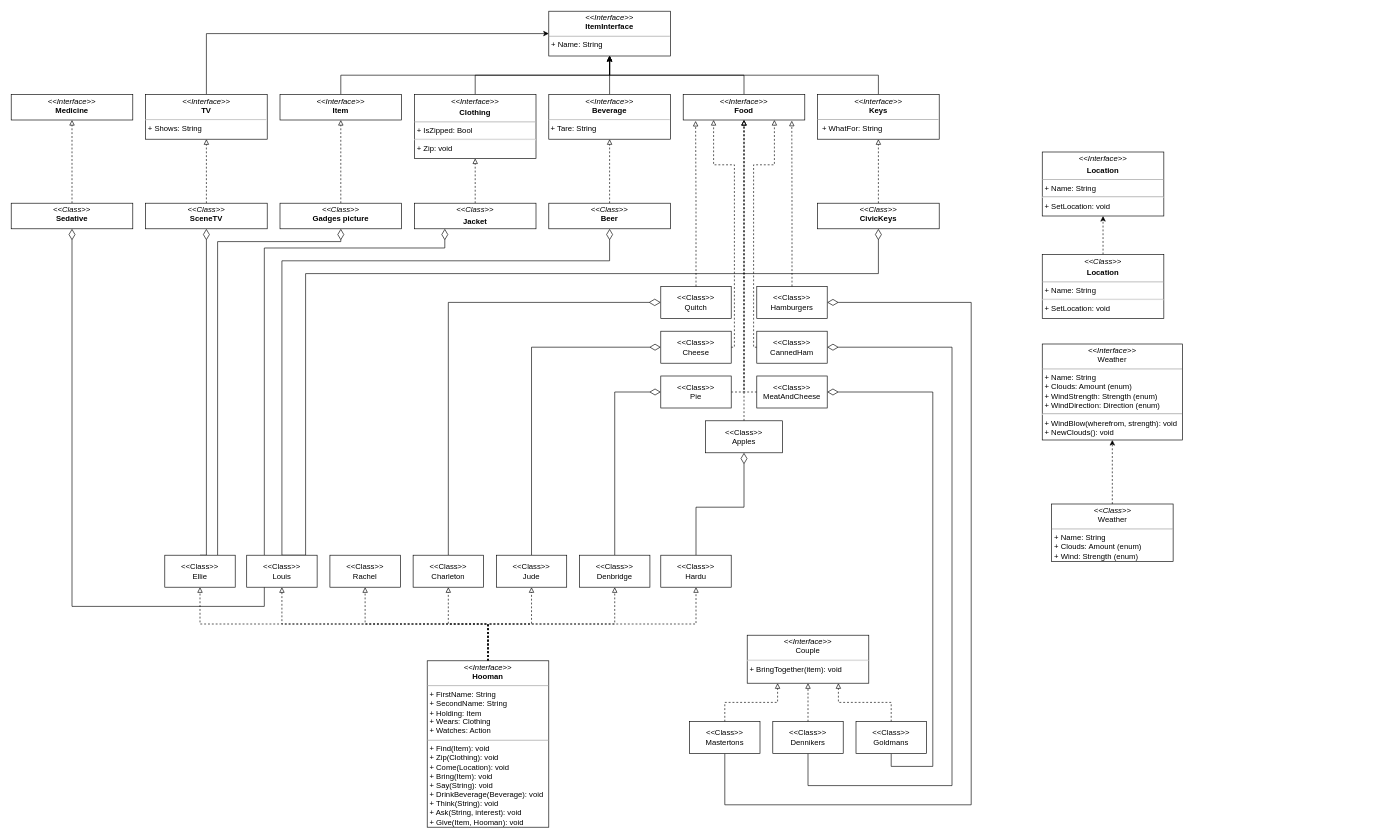
Sat1l/laba4 keeps this draw.io diagram as Untitled Diagram.drawio. Above is the earlier version. Source tidied: cells renumbered, new cells numbered last; positions are measured from the earlier drawing's top-left corner, leaving out a move shared by most shapes. Both pictures are drawn from the tidied source at 64%, with x=0, y=0 at pixel (11, 11).
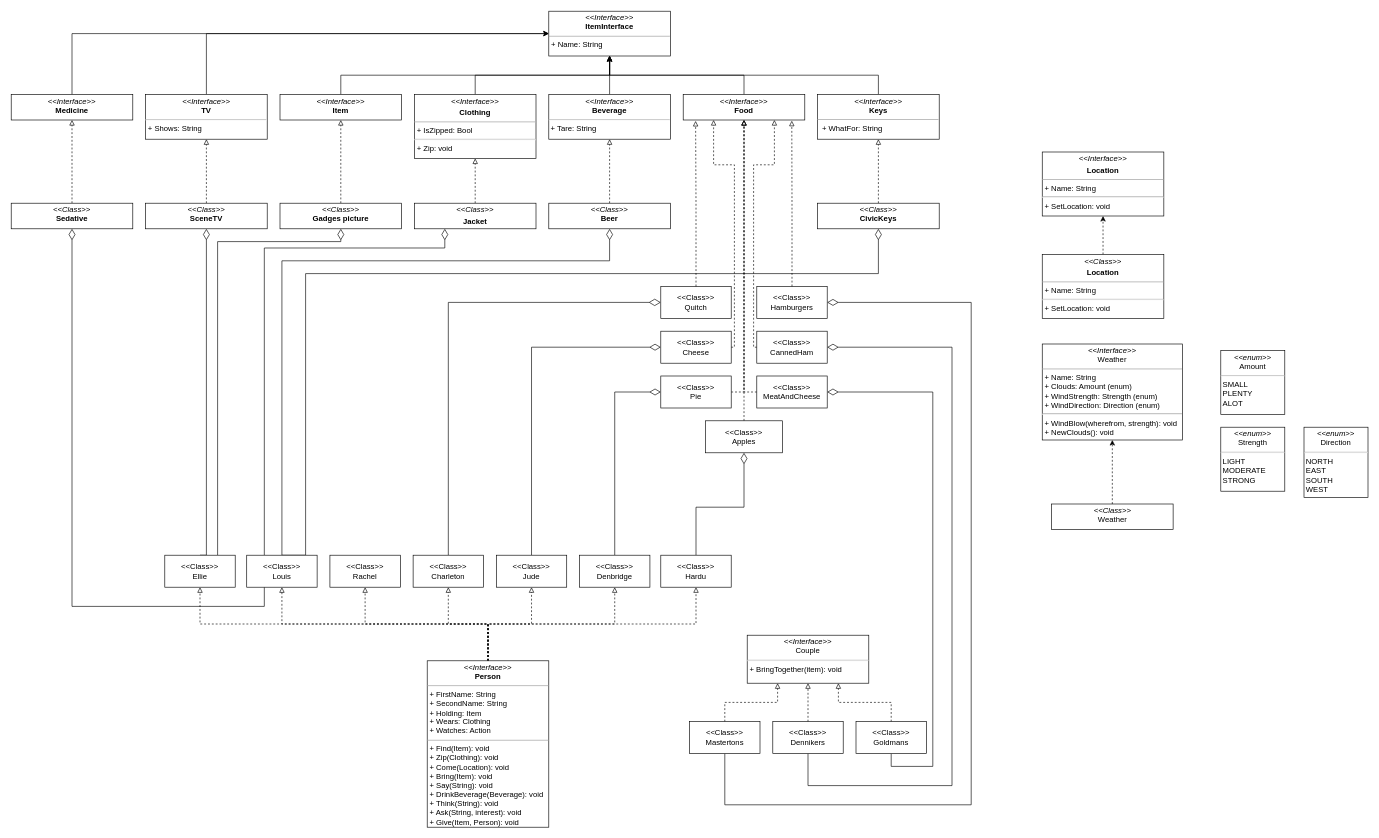
After the change.

The change refers to these unchanged cells:
```xml
<mxCell id="10" value="&lt;p style=&quot;margin:0px;margin-top:4px;text-align:center;&quot;&gt;&lt;i&gt;&amp;lt;&amp;lt;Interface&amp;gt;&amp;gt;&lt;/i&gt;&lt;br&gt;&lt;b&gt;ItemInterface&lt;/b&gt;&lt;/p&gt;&lt;hr size=&quot;1&quot;&gt;&lt;p style=&quot;margin:0px;margin-left:4px;&quot;&gt;+ Name: String&lt;br&gt;&lt;/p&gt;&lt;p style=&quot;margin:0px;margin-left:4px;&quot;&gt;&lt;br&gt;&lt;/p&gt;" style="verticalAlign=top;align=left;overflow=fill;fontSize=12;fontFamily=Helvetica;html=1;whiteSpace=wrap;" parent="1" vertex="1">
  <mxGeometry x="840" width="190" height="70" as="geometry" />
</mxCell>
<mxCell id="80" value="&lt;p style=&quot;margin:0px;margin-top:4px;text-align:center;&quot;&gt;&lt;i&gt;&amp;lt;&amp;lt;Interface&amp;gt;&amp;gt;&lt;/i&gt;&lt;br&gt;&lt;b&gt;Medicine&lt;/b&gt;&lt;/p&gt;&lt;p style=&quot;margin:0px;margin-left:4px;&quot;&gt;&lt;br&gt;&lt;/p&gt;" style="verticalAlign=top;align=left;overflow=fill;fontSize=12;fontFamily=Helvetica;html=1;whiteSpace=wrap;" parent="1" vertex="1">
  <mxGeometry y="130" width="190" height="40" as="geometry" />
</mxCell>
```

The edit, as a diff of the source:
```diff
@@
-    <mxCell id="9" value="&lt;p style=&quot;margin:0px;margin-top:4px;text-align:center;&quot;&gt;&lt;i&gt;&amp;lt;&amp;lt;Interface&amp;gt;&amp;gt;&lt;/i&gt;&lt;br&gt;&lt;b&gt;Hooman&lt;/b&gt;&lt;/p&gt;&lt;hr size=&quot;1&quot;&gt;&lt;p style=&quot;margin:0px;margin-left:4px;&quot;&gt;+ FirstName: String&lt;/p&gt;&lt;p style=&quot;margin:0px;margin-left:4px;&quot;&gt;+ SecondName: String&lt;/p&gt;&lt;p style=&quot;margin:0px;margin-left:4px;&quot;&gt;+ Holding: Item&lt;/p&gt;&lt;p style=&quot;margin:0px;margin-left:4px;&quot;&gt;+ Wears: Clothing&lt;/p&gt;&lt;p style=&quot;margin:0px;margin-left:4px;&quot;&gt;+ Watches: Action&lt;/p&gt;&lt;hr size=&quot;1&quot;&gt;&lt;p style=&quot;margin:0px;margin-left:4px;&quot;&gt;+ Find(Item): void&lt;br&gt;+ Zip(Clothing): void&lt;/p&gt;&lt;p style=&quot;margin:0px;margin-left:4px;&quot;&gt;+ Come(Location): void&lt;/p&gt;&lt;p style=&quot;margin:0px;margin-left:4px;&quot;&gt;+ Bring(Item): void&lt;/p&gt;&lt;p style=&quot;margin:0px;margin-left:4px;&quot;&gt;+ Say(String): void&lt;/p&gt;&lt;p style=&quot;margin:0px;margin-left:4px;&quot;&gt;+ DrinkBeverage(Beverage): void&lt;/p&gt;&lt;p style=&quot;margin:0px;margin-left:4px;&quot;&gt;+ Think(String): void&lt;/p&gt;&lt;p style=&quot;margin:0px;margin-left:4px;&quot;&gt;+ Ask(String, interest): void&lt;/p&gt;&lt;p style=&quot;margin:0px;margin-left:4px;&quot;&gt;+ Give(Item, Hooman): void&lt;/p&gt;" style="verticalAlign=top;align=left;overflow=fill;fontSize=12;fontFamily=Helvetica;html=1;whiteSpace=wrap;" parent="1" vertex="1">
+    <mxCell id="9" value="&lt;p style=&quot;margin:0px;margin-top:4px;text-align:center;&quot;&gt;&lt;i&gt;&amp;lt;&amp;lt;Interface&amp;gt;&amp;gt;&lt;/i&gt;&lt;br&gt;&lt;b&gt;Person&lt;/b&gt;&lt;/p&gt;&lt;hr size=&quot;1&quot;&gt;&lt;p style=&quot;margin:0px;margin-left:4px;&quot;&gt;+ FirstName: String&lt;/p&gt;&lt;p style=&quot;margin:0px;margin-left:4px;&quot;&gt;+ SecondName: String&lt;/p&gt;&lt;p style=&quot;margin:0px;margin-left:4px;&quot;&gt;+ Holding: Item&lt;/p&gt;&lt;p style=&quot;margin:0px;margin-left:4px;&quot;&gt;+ Wears: Clothing&lt;/p&gt;&lt;p style=&quot;margin:0px;margin-left:4px;&quot;&gt;+ Watches: Action&lt;/p&gt;&lt;hr size=&quot;1&quot;&gt;&lt;p style=&quot;margin:0px;margin-left:4px;&quot;&gt;+ Find(Item): void&lt;br&gt;+ Zip(Clothing): void&lt;/p&gt;&lt;p style=&quot;margin:0px;margin-left:4px;&quot;&gt;+ Come(Location): void&lt;/p&gt;&lt;p style=&quot;margin:0px;margin-left:4px;&quot;&gt;+ Bring(Item): void&lt;/p&gt;&lt;p style=&quot;margin:0px;margin-left:4px;&quot;&gt;+ Say(String): void&lt;/p&gt;&lt;p style=&quot;margin:0px;margin-left:4px;&quot;&gt;+ DrinkBeverage(Beverage): void&lt;/p&gt;&lt;p style=&quot;margin:0px;margin-left:4px;&quot;&gt;+ Think(String): void&lt;/p&gt;&lt;p style=&quot;margin:0px;margin-left:4px;&quot;&gt;+ Ask(String, interest): void&lt;/p&gt;&lt;p style=&quot;margin:0px;margin-left:4px;&quot;&gt;+ Give(Item, Person): void&lt;/p&gt;" style="verticalAlign=top;align=left;overflow=fill;fontSize=12;fontFamily=Helvetica;html=1;whiteSpace=wrap;" parent="1" vertex="1">
       <mxGeometry x="650" y="1015" width="190" height="260" as="geometry" />
     </mxCell>
@@
-    <mxCell id="32" value="&lt;p style=&quot;margin:0px;margin-top:4px;text-align:center;&quot;&gt;&lt;i&gt;&amp;lt;&amp;lt;Class&amp;gt;&amp;gt;&lt;/i&gt;&lt;br&gt;Weather&lt;/p&gt;&lt;hr size=&quot;1&quot;&gt;&lt;p style=&quot;margin:0px;margin-left:4px;&quot;&gt;+ Name: String&lt;br&gt;&lt;/p&gt;&lt;p style=&quot;margin:0px;margin-left:4px;&quot;&gt;+ Clouds: Amount (enum)&lt;/p&gt;&lt;p style=&quot;margin:0px;margin-left:4px;&quot;&gt;+ Wind: Strength (enum)&lt;/p&gt;&lt;p style=&quot;margin:0px;margin-left:4px;&quot;&gt;&lt;br&gt;&lt;/p&gt;" style="verticalAlign=top;align=left;overflow=fill;fontSize=12;fontFamily=Helvetica;html=1;whiteSpace=wrap;" parent="1" vertex="1">
-      <mxGeometry x="1625.5" y="770" width="190" height="90" as="geometry" />
+    <mxCell id="32" value="&lt;p style=&quot;margin:0px;margin-top:4px;text-align:center;&quot;&gt;&lt;i&gt;&amp;lt;&amp;lt;Class&amp;gt;&amp;gt;&lt;/i&gt;&lt;br&gt;Weather&lt;/p&gt;&lt;p style=&quot;margin:0px;margin-left:4px;&quot;&gt;&lt;br&gt;&lt;/p&gt;" style="verticalAlign=top;align=left;overflow=fill;fontSize=12;fontFamily=Helvetica;html=1;whiteSpace=wrap;" parent="1" vertex="1">
+      <mxGeometry x="1625.5" y="770" width="190" height="40" as="geometry" />
     </mxCell>
@@
+    <mxCell id="83" style="edgeStyle=orthogonalEdgeStyle;rounded=0;jettySize=auto;html=1;exitX=0.5;exitY=0;exitDx=0;exitDy=0;entryX=0;entryY=0.5;entryDx=0;entryDy=0;" parent="1" edge="1" source="80" target="10">
+      <mxGeometry relative="1" as="geometry" />
+    </mxCell>
@@
+    <mxCell id="84" value="&lt;p style=&quot;margin:0px;margin-top:4px;text-align:center;&quot;&gt;&lt;i&gt;&amp;lt;&amp;lt;enum&amp;gt;&amp;gt;&lt;/i&gt;&lt;br&gt;Amount&lt;/p&gt;&lt;hr&gt;&amp;nbsp;SMALL&lt;br&gt;&amp;nbsp;PLENTY&lt;br&gt;&amp;nbsp;ALOT" style="verticalAlign=top;align=left;overflow=fill;fontSize=12;fontFamily=Helvetica;html=1;whiteSpace=wrap;" parent="1" vertex="1">
+      <mxGeometry x="1890" y="530" width="100" height="100" as="geometry" />
+    </mxCell>
+    <mxCell id="85" value="&lt;p style=&quot;margin:0px;margin-top:4px;text-align:center;&quot;&gt;&lt;i&gt;&amp;lt;&amp;lt;enum&amp;gt;&amp;gt;&lt;/i&gt;&lt;br&gt;Strength&lt;/p&gt;&lt;hr&gt;&amp;nbsp;LIGHT&lt;br&gt;&amp;nbsp;MODERATE&lt;br&gt;&amp;nbsp;STRONG" style="verticalAlign=top;align=left;overflow=fill;fontSize=12;fontFamily=Helvetica;html=1;whiteSpace=wrap;" parent="1" vertex="1">
+      <mxGeometry x="1890" y="650" width="100" height="100" as="geometry" />
+    </mxCell>
+    <mxCell id="86" value="&lt;p style=&quot;margin:0px;margin-top:4px;text-align:center;&quot;&gt;&lt;i&gt;&amp;lt;&amp;lt;enum&amp;gt;&amp;gt;&lt;/i&gt;&lt;br&gt;Direction&lt;/p&gt;&lt;hr&gt;&amp;nbsp;NORTH&lt;br&gt;&amp;nbsp;EAST&lt;br&gt;&amp;nbsp;SOUTH&lt;br&gt;&amp;nbsp;WEST" style="verticalAlign=top;align=left;overflow=fill;fontSize=12;fontFamily=Helvetica;html=1;whiteSpace=wrap;" parent="1" vertex="1">
+      <mxGeometry x="2020" y="650" width="100" height="110" as="geometry" />
+    </mxCell>
```
